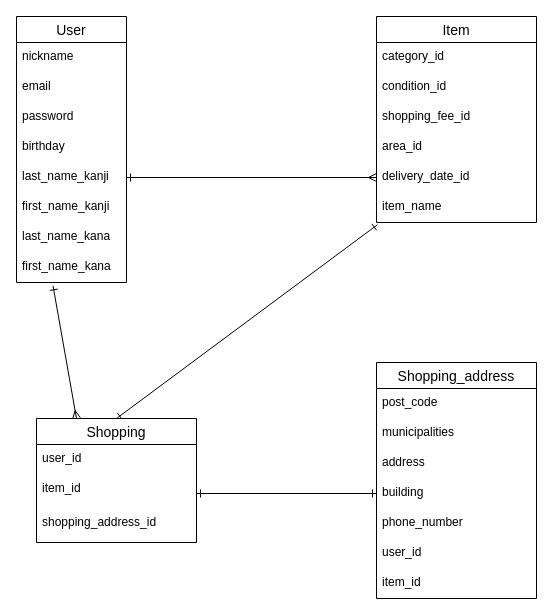
PTT1230/furima-38221 keeps this draw.io diagram as er.dio. Above is the earlier version. Source tidied: cells renumbered, new cells numbered last; positions are measured from the earlier drawing's top-left corner, leaving out a move shared by most shapes. Both pictures are drawn from the tidied source at 100%, with x=0, y=0 at pixel (16, 16).
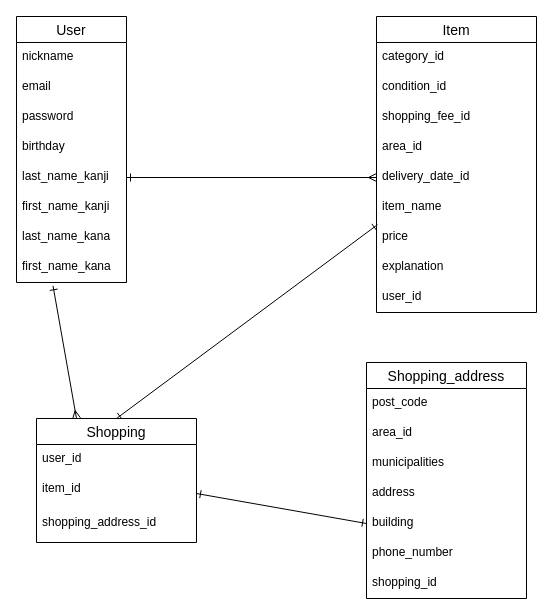
After the change.

Change to the diagram source:
```diff
@@
     <mxCell id="11" value="Item" style="swimlane;fontStyle=0;horizontal=1;startSize=26;align=center;fontSize=14;" parent="1" vertex="1">
-      <mxGeometry x="360" width="160" height="206" as="geometry" />
+      <mxGeometry x="360" width="160" height="296" as="geometry" />
     </mxCell>
@@
+    <mxCell id="34" value="price" style="text;strokeColor=none;fillColor=none;spacingLeft=4;spacingRight=4;overflow=hidden;fontSize=12;" parent="11" vertex="1">
+      <mxGeometry y="206" width="160" height="30" as="geometry" />
+    </mxCell>
+    <mxCell id="35" value="explanation" style="text;strokeColor=none;fillColor=none;spacingLeft=4;spacingRight=4;overflow=hidden;fontSize=12;" parent="11" vertex="1">
+      <mxGeometry y="236" width="160" height="30" as="geometry" />
+    </mxCell>
+    <mxCell id="31" value="user_id" style="text;strokeColor=none;fillColor=none;spacingLeft=4;spacingRight=4;overflow=hidden;fontSize=12;" parent="11" vertex="1">
+      <mxGeometry y="266" width="160" height="30" as="geometry" />
+    </mxCell>
@@
     <mxCell id="25" value="Shopping_address" style="swimlane;fontStyle=0;horizontal=1;startSize=26;align=center;fontSize=14;spacing=1;" parent="1" vertex="1">
-      <mxGeometry x="360" y="346" width="160" height="236" as="geometry" />
+      <mxGeometry x="350" y="346" width="160" height="236" as="geometry" />
     </mxCell>
@@
+    <mxCell id="36" value="area_id" style="text;strokeColor=none;fillColor=none;spacingLeft=4;spacingRight=4;overflow=hidden;fontSize=12;" parent="25" vertex="1">
+      <mxGeometry y="56" width="160" height="30" as="geometry" />
+    </mxCell>
     <mxCell id="27" value="municipalities" style="text;strokeColor=none;fillColor=none;spacingLeft=4;spacingRight=4;overflow=hidden;fontSize=12;" parent="25" vertex="1">
-      <mxGeometry y="56" width="160" height="30" as="geometry" />
+      <mxGeometry y="86" width="160" height="30" as="geometry" />
     </mxCell>
     <mxCell id="28" value="address" style="text;strokeColor=none;fillColor=none;spacingLeft=4;spacingRight=4;overflow=hidden;fontSize=12;" parent="25" vertex="1">
-      <mxGeometry y="86" width="160" height="30" as="geometry" />
+      <mxGeometry y="116" width="160" height="30" as="geometry" />
     </mxCell>
     <mxCell id="29" value="building" style="text;strokeColor=none;fillColor=none;spacingLeft=4;spacingRight=4;overflow=hidden;points=[[0,0.5],[1,0.5]];portConstraint=eastwest;fontSize=12;" parent="25" vertex="1">
-      <mxGeometry y="116" width="160" height="30" as="geometry" />
+      <mxGeometry y="146" width="160" height="30" as="geometry" />
     </mxCell>
     <mxCell id="30" value="phone_number" style="text;strokeColor=none;fillColor=none;spacingLeft=4;spacingRight=4;overflow=hidden;fontSize=12;" parent="25" vertex="1">
-      <mxGeometry y="146" width="160" height="30" as="geometry" />
+      <mxGeometry y="176" width="160" height="30" as="geometry" />
     </mxCell>
-    <mxCell id="31" value="user_id" style="text;strokeColor=none;fillColor=none;spacingLeft=4;spacingRight=4;overflow=hidden;fontSize=12;" parent="25" vertex="1">
-      <mxGeometry y="176" width="160" height="30" as="geometry" />
-    </mxCell>
-    <mxCell id="32" value="item_id" style="text;strokeColor=none;fillColor=none;spacingLeft=4;spacingRight=4;overflow=hidden;fontSize=12;" parent="25" vertex="1">
-      <mxGeometry y="206" width="160" height="30" as="geometry" />
-    </mxCell>
+    <mxCell id="37" value="shopping_id" style="text;strokeColor=none;fillColor=none;spacingLeft=4;spacingRight=4;overflow=hidden;fontSize=12;" parent="25" vertex="1">
+      <mxGeometry y="206" width="160" height="30" as="geometry" />
+    </mxCell>
     <mxCell id="33" style="edgeStyle=none;html=1;startArrow=ERone;startFill=0;endArrow=ERone;endFill=0;strokeWidth=1;entryX=0;entryY=0.5;entryDx=0;entryDy=0;" parent="1" edge="1" target="29">
       <mxGeometry relative="1" as="geometry">
         <mxPoint x="180" y="477" as="sourcePoint" />
+        <Array as="points">
+          <mxPoint x="350" y="507" />
+        </Array>
       </mxGeometry>
     </mxCell>
```
